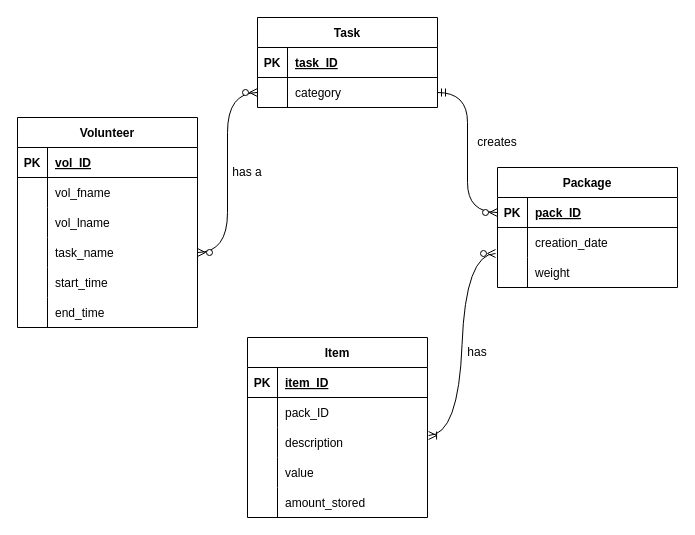
Above: ER diagram.drawio in yumvinegar/database (draw.io), before the change. Source tidied: cells renumbered, new cells numbered last; positions are measured from the earlier drawing's top-left corner, leaving out a move shared by most shapes. Both pictures are drawn from the tidied source at 100%, with x=0, y=0 at pixel (17, 17).
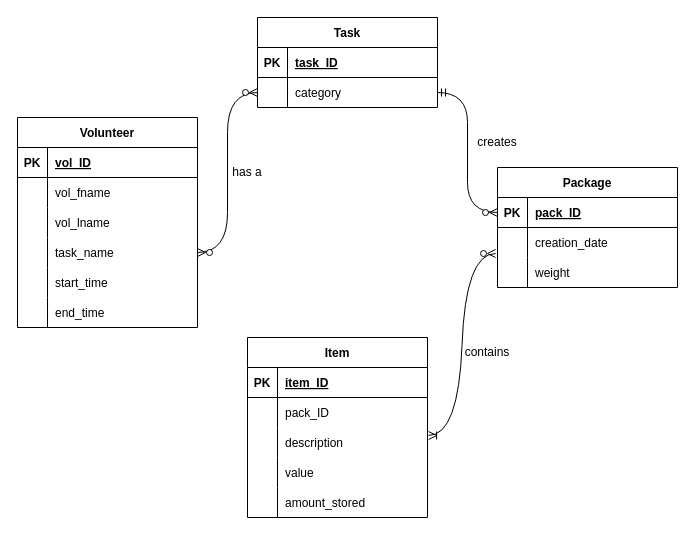
The same page after the edit.

Change to the diagram source:
```diff
@@
-    <mxCell id="59" value="has" style="text;html=1;strokeColor=none;fillColor=none;align=center;verticalAlign=middle;whiteSpace=wrap;rounded=0;" parent="1" vertex="1">
-      <mxGeometry x="430" y="320" width="60" height="30" as="geometry" />
+    <mxCell id="59" value="contains" style="text;html=1;strokeColor=none;fillColor=none;align=center;verticalAlign=middle;whiteSpace=wrap;rounded=0;" parent="1" vertex="1">
+      <mxGeometry x="440" y="320" width="60" height="30" as="geometry" />
     </mxCell>
```
